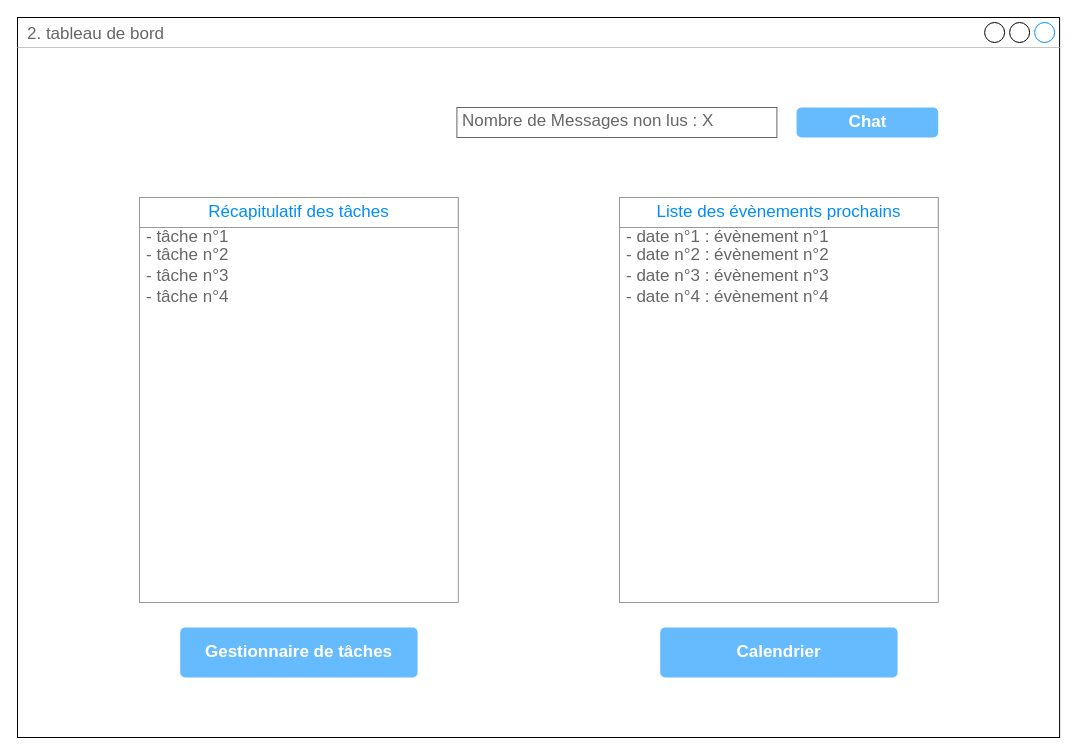
Before: page "2. tableau de bord" (4 of 10) of P3 - maquettes.drawio in GDSDC/OpenclassroomsProject-P3, a draw.io diagram. Source tidied: cells renumbered, new cells numbered last; positions are measured from the earlier drawing's top-left corner, leaving out a move shared by most shapes. Both pictures are drawn from the tidied source at 100%, with x=0, y=0 at pixel (17, 17).
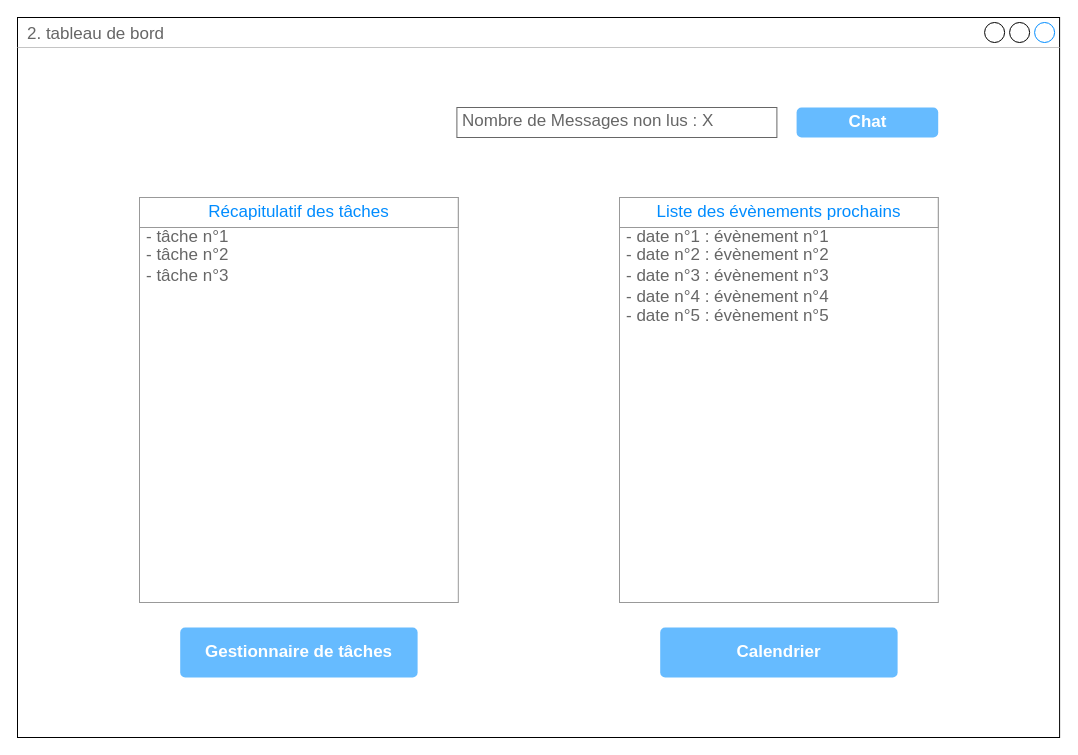
The same page after the edit.

The change refers to these unchanged cells:
```xml
<mxCell id="3" style="strokeWidth=1;shadow=0;dashed=0;align=center;html=1;shape=mxgraph.mockup.forms.rrect;rSize=0;strokeColor=#999999;fillColor=#ffffff;" parent="1" vertex="1">
  <mxGeometry x="122" y="180" width="318.8" height="405" as="geometry" />
</mxCell>
<mxCell id="9" style="strokeWidth=1;shadow=0;dashed=0;align=center;html=1;shape=mxgraph.mockup.forms.rrect;rSize=0;strokeColor=#999999;fillColor=#ffffff;" parent="1" vertex="1">
  <mxGeometry x="602" y="180" width="318.8" height="405" as="geometry" />
</mxCell>
```

Change to the diagram source:
```diff
@@
-    <mxCell id="8" value="- tâche n°4" style="strokeWidth=1;shadow=0;dashed=0;align=center;html=1;shape=mxgraph.mockup.forms.anchor;fontSize=17;fontColor=#666666;align=left;spacingLeft=5;" parent="3" vertex="1">
-      <mxGeometry y="90.5" width="318.8" height="19.1" as="geometry" />
-    </mxCell>
@@
+    <mxCell id="19" value="- date n°5 : évènement n°5" style="strokeWidth=1;shadow=0;dashed=0;align=center;html=1;shape=mxgraph.mockup.forms.anchor;fontSize=17;fontColor=#666666;align=left;spacingLeft=5;" parent="9" vertex="1">
+      <mxGeometry y="109.6" width="318.8" height="19.1" as="geometry" />
+    </mxCell>
```
